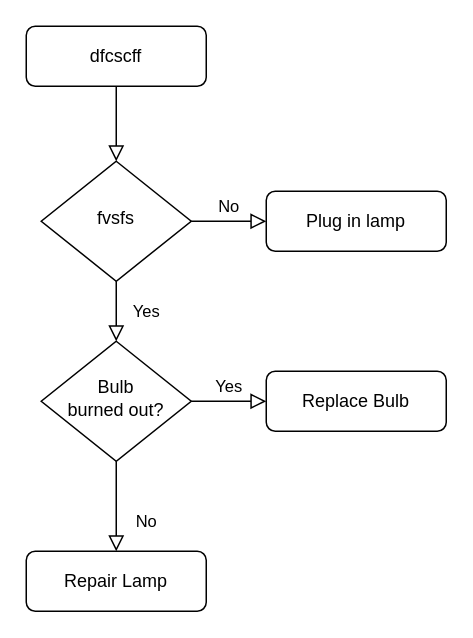
Earlier version of the draw.io diagram Diagrama sin título.drawio (cuarezdani/DEV004-md-links). Source tidied: cells renumbered, new cells numbered last; positions are measured from the earlier drawing's top-left corner, leaving out a move shared by most shapes. Both pictures are drawn from the tidied source at 150%, with x=0, y=0 at pixel (26, 26).
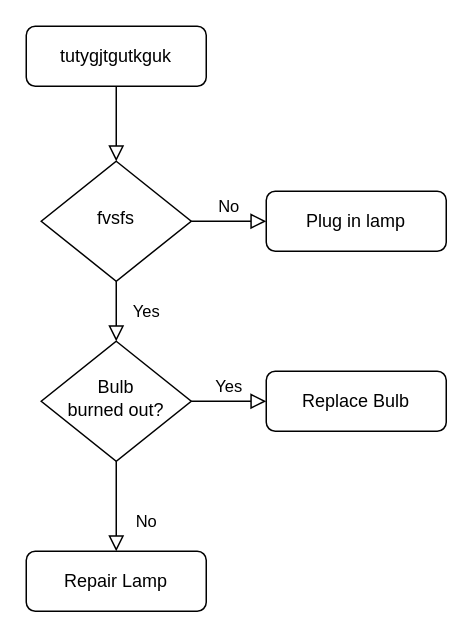
After the change.

Commit message:
Diagrama. API

The edit, as a diff of the source:
```diff
@@
 <mxGraphModel>
   <root>
     <mxCell id="0" />
     <mxCell id="1" parent="0" />
     <mxCell id="2" style="rounded=0;html=1;jettySize=auto;fontSize=11;endArrow=block;endFill=0;endSize=8;strokeWidth=1;shadow=0;labelBackgroundColor=none;edgeStyle=orthogonalEdgeStyle;" parent="1" edge="1" source="3" target="6">
       <mxGeometry relative="1" as="geometry" />
     </mxCell>
-    <mxCell id="3" value="dfcscff" style="rounded=1;whiteSpace=wrap;html=1;fontSize=12;glass=0;strokeWidth=1;shadow=0;" parent="1" vertex="1">
+    <mxCell id="3" value="tutygjtgutkguk" style="rounded=1;whiteSpace=wrap;html=1;fontSize=12;glass=0;strokeWidth=1;shadow=0;" parent="1" vertex="1">
       <mxGeometry width="120" height="40" as="geometry" />
     </mxCell>
     <mxCell id="4" value="Yes" style="rounded=0;html=1;jettySize=auto;fontSize=11;endArrow=block;endFill=0;endSize=8;strokeWidth=1;shadow=0;labelBackgroundColor=none;edgeStyle=orthogonalEdgeStyle;" parent="1" edge="1" source="6" target="10">
       <mxGeometry y="20" relative="1" as="geometry" />
     </mxCell>
     <mxCell id="5" value="No" style="edgeStyle=orthogonalEdgeStyle;rounded=0;html=1;jettySize=auto;fontSize=11;endArrow=block;endFill=0;endSize=8;strokeWidth=1;shadow=0;labelBackgroundColor=none;" parent="1" edge="1" source="6" target="7">
       <mxGeometry y="10" relative="1" as="geometry" />
     </mxCell>
     <mxCell id="6" value="fvsfs" style="rhombus;whiteSpace=wrap;html=1;shadow=0;fontFamily=Helvetica;fontSize=12;align=center;strokeWidth=1;spacing=6;spacingTop=-4;" parent="1" vertex="1">
       <mxGeometry x="10" y="90" width="100" height="80" as="geometry" />
     </mxCell>
     <mxCell id="7" value="Plug in lamp" style="rounded=1;whiteSpace=wrap;html=1;fontSize=12;glass=0;strokeWidth=1;shadow=0;" parent="1" vertex="1">
       <mxGeometry x="160" y="110" width="120" height="40" as="geometry" />
     </mxCell>
     <mxCell id="8" value="No" style="rounded=0;html=1;jettySize=auto;fontSize=11;endArrow=block;endFill=0;endSize=8;strokeWidth=1;shadow=0;labelBackgroundColor=none;edgeStyle=orthogonalEdgeStyle;" parent="1" edge="1" source="10" target="11">
       <mxGeometry x="0.33" y="20" relative="1" as="geometry" />
     </mxCell>
     <mxCell id="9" value="Yes" style="edgeStyle=orthogonalEdgeStyle;rounded=0;html=1;jettySize=auto;fontSize=11;endArrow=block;endFill=0;endSize=8;strokeWidth=1;shadow=0;labelBackgroundColor=none;" parent="1" edge="1" source="10" target="12">
       <mxGeometry y="10" relative="1" as="geometry" />
     </mxCell>
     <mxCell id="10" value="Bulb&lt;br&gt;burned out?" style="rhombus;whiteSpace=wrap;html=1;shadow=0;fontFamily=Helvetica;fontSize=12;align=center;strokeWidth=1;spacing=6;spacingTop=-4;" parent="1" vertex="1">
       <mxGeometry x="10" y="210" width="100" height="80" as="geometry" />
     </mxCell>
     <mxCell id="11" value="Repair Lamp" style="rounded=1;whiteSpace=wrap;html=1;fontSize=12;glass=0;strokeWidth=1;shadow=0;" parent="1" vertex="1">
       <mxGeometry y="350" width="120" height="40" as="geometry" />
     </mxCell>
     <mxCell id="12" value="Replace Bulb" style="rounded=1;whiteSpace=wrap;html=1;fontSize=12;glass=0;strokeWidth=1;shadow=0;" parent="1" vertex="1">
       <mxGeometry x="160" y="230" width="120" height="40" as="geometry" />
     </mxCell>
   </root>
 </mxGraphModel>
```
